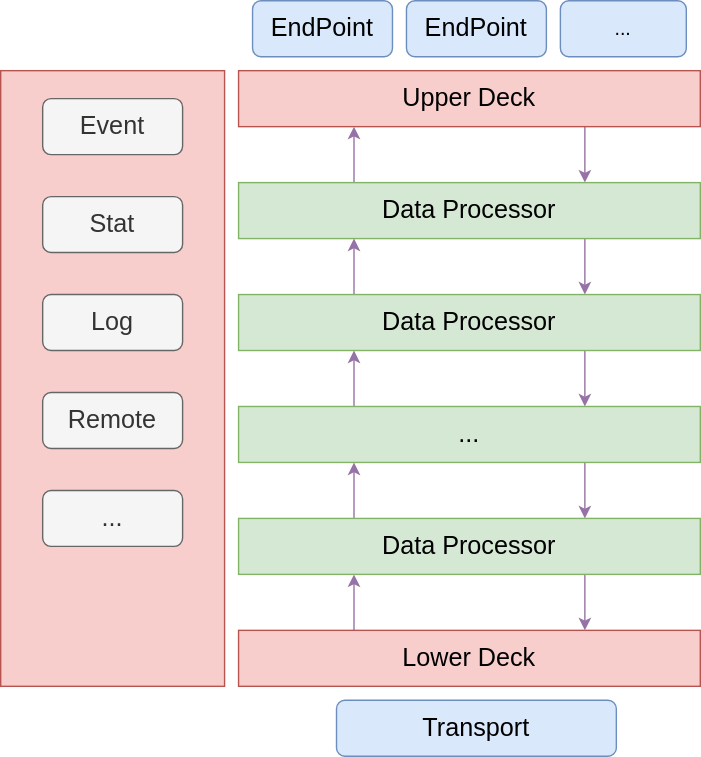
Earlier version of the draw.io export images/ustack.svg (guolinp/ustack). Source tidied: cells renumbered, new cells last; positions are measured from the earlier drawing's top-left corner, leaving out a move shared by most shapes.
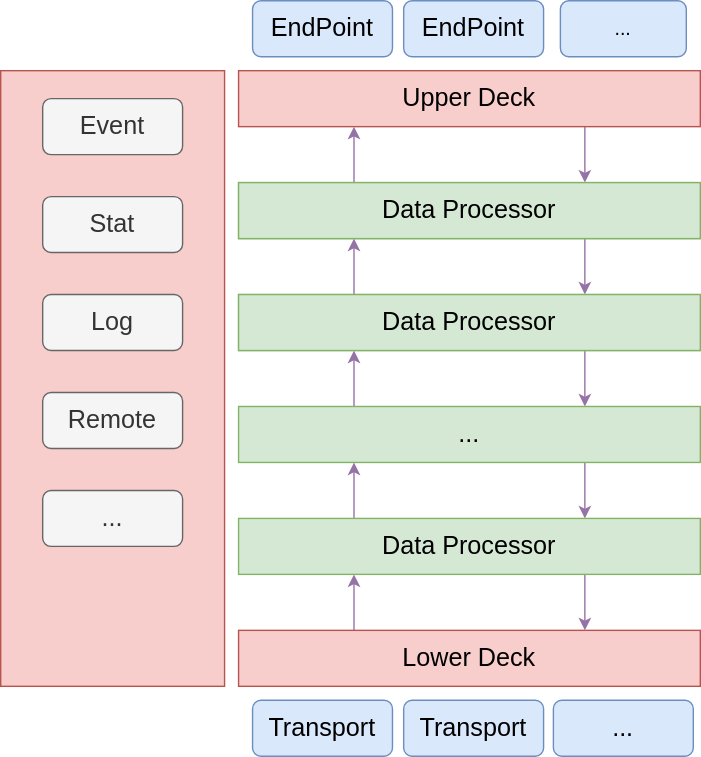
Above is the later version.

The edit, as a diff of the source:
```diff
@@ -2,7 +2,7 @@
   <root>
     <mxCell id="0" />
     <mxCell id="1" parent="0" />
-    <mxCell id="2" style="rounded=0;whiteSpace=wrap;html=1;fillColor=#f8cecc;strokeColor=#b85450;" parent="1" vertex="1">
+    <mxCell id="2" style="rounded=0;whiteSpace=wrap;html=1;fillColor=#f8cecc;strokeColor=#b85450;glass=0;sketch=0;" parent="1" vertex="1">
       <mxGeometry y="50" width="160" height="440" as="geometry" />
     </mxCell>
     <mxCell id="3" style="edgeStyle=orthogonalEdgeStyle;rounded=0;jettySize=auto;html=1;exitX=0.75;exitY=1;exitDx=0;exitDy=0;entryX=0.75;entryY=0;entryDx=0;entryDy=0;fillColor=#e1d5e7;strokeColor=#9673a6;" parent="1" edge="1" source="4" target="9">
@@ -14,7 +14,7 @@
     <mxCell id="5" style="edgeStyle=orthogonalEdgeStyle;rounded=0;jettySize=auto;html=1;exitX=0.25;exitY=0;exitDx=0;exitDy=0;entryX=0.25;entryY=1;entryDx=0;entryDy=0;fillColor=#e1d5e7;strokeColor=#9673a6;" parent="1" edge="1" source="6" target="18">
       <mxGeometry relative="1" as="geometry" />
     </mxCell>
-    <mxCell id="6" value="&lt;font style=&quot;font-size: 18px&quot;&gt;Lower Deck&lt;/font&gt;" style="rounded=0;whiteSpace=wrap;html=1;fillColor=#f8cecc;strokeColor=#b85450;" parent="1" vertex="1">
+    <mxCell id="6" value="&lt;font style=&quot;font-size: 18px&quot;&gt;Lower Deck&lt;/font&gt;" style="rounded=0;whiteSpace=wrap;html=1;fillColor=#f8cecc;strokeColor=#b85450;glass=0;shadow=0;sketch=0;" parent="1" vertex="1">
       <mxGeometry x="170" y="450" width="330" height="40" as="geometry" />
     </mxCell>
     <mxCell id="7" style="edgeStyle=orthogonalEdgeStyle;rounded=0;jettySize=auto;html=1;exitX=0.25;exitY=0;exitDx=0;exitDy=0;entryX=0.25;entryY=1;entryDx=0;entryDy=0;fillColor=#e1d5e7;strokeColor=#9673a6;" parent="1" edge="1" source="9" target="4">
@@ -69,16 +69,28 @@
       <mxGeometry x="30" y="350" width="100" height="40" as="geometry" />
     </mxCell>
     <mxCell id="24" value="&lt;font style=&quot;font-size: 18px&quot;&gt;Transport&lt;/font&gt;" style="rounded=1;whiteSpace=wrap;html=1;fillColor=#dae8fc;strokeColor=#6c8ebf;" parent="1" vertex="1">
-      <mxGeometry x="240" y="500" width="200" height="40" as="geometry" />
+      <mxGeometry x="180" y="500" width="100" height="40" as="geometry" />
     </mxCell>
     <mxCell id="25" value="&lt;font style=&quot;font-size: 18px&quot;&gt;EndPoint&lt;/font&gt;" style="rounded=1;whiteSpace=wrap;html=1;fillColor=#dae8fc;strokeColor=#6c8ebf;" parent="1" vertex="1">
       <mxGeometry x="180" width="100" height="40" as="geometry" />
     </mxCell>
     <mxCell id="26" value="&lt;font style=&quot;font-size: 18px&quot;&gt;EndPoint&lt;/font&gt;" style="rounded=1;whiteSpace=wrap;html=1;fillColor=#dae8fc;strokeColor=#6c8ebf;" parent="1" vertex="1">
-      <mxGeometry x="290" width="100" height="40" as="geometry" />
+      <mxGeometry x="288" width="100" height="40" as="geometry" />
     </mxCell>
     <mxCell id="27" value="&lt;span style=&quot;font-size: 14px&quot;&gt;...&lt;/span&gt;" style="rounded=1;whiteSpace=wrap;html=1;fillColor=#dae8fc;strokeColor=#6c8ebf;" parent="1" vertex="1">
       <mxGeometry x="400" width="90" height="40" as="geometry" />
     </mxCell>
+    <mxCell id="28" value="&lt;font style=&quot;font-size: 18px&quot;&gt;Transport&lt;/font&gt;" style="rounded=1;whiteSpace=wrap;html=1;fillColor=#dae8fc;strokeColor=#6c8ebf;" parent="1" vertex="1">
+      <mxGeometry x="288" y="500" width="100" height="40" as="geometry" />
+    </mxCell>
+    <mxCell id="29" value="&lt;font style=&quot;font-size: 18px&quot;&gt;...&lt;/font&gt;" style="rounded=1;whiteSpace=wrap;html=1;fillColor=#dae8fc;strokeColor=#6c8ebf;" parent="1" vertex="1">
+      <mxGeometry x="395" y="500" width="100" height="40" as="geometry" />
+    </mxCell>
+    <mxCell id="30" value="&lt;font style=&quot;font-size: 18px&quot;&gt;Data Processor&lt;/font&gt;" style="rounded=0;whiteSpace=wrap;html=1;fillColor=#d5e8d4;strokeColor=#82b366;" parent="1" vertex="1">
+      <mxGeometry x="170" y="130" width="330" height="40" as="geometry" />
+    </mxCell>
+    <mxCell id="31" value="&lt;span style=&quot;font-size: 18px&quot;&gt;Data Processor&lt;/span&gt;" style="rounded=0;whiteSpace=wrap;html=1;fillColor=#d5e8d4;strokeColor=#82b366;" parent="1" vertex="1">
+      <mxGeometry x="170" y="210" width="330" height="40" as="geometry" />
+    </mxCell>
   </root>
 </mxGraphModel>
```
